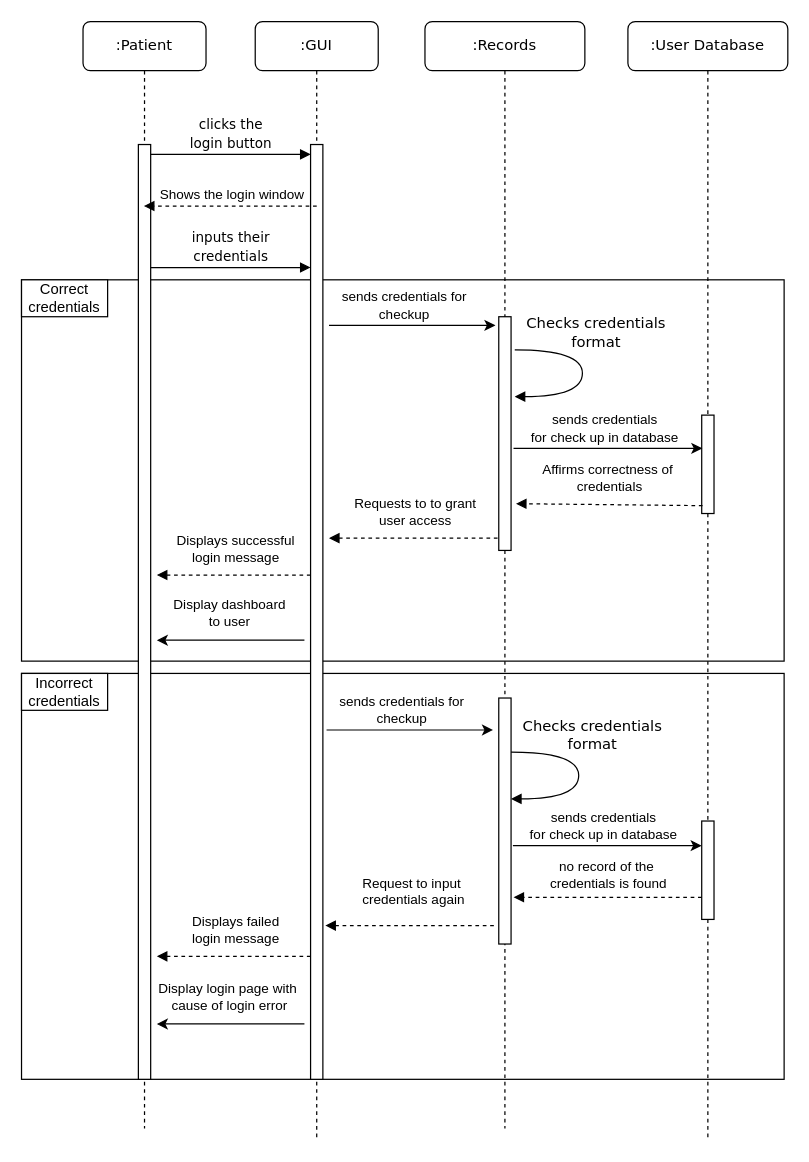
This is Project Milestone 2/Sequence_1.drawio from SENG-350-2024-fall/Team-6, a draw.io file, before an edit. Source tidied: cells renumbered, new cells numbered last; positions are measured from the earlier drawing's top-left corner, leaving out a move shared by most shapes. Both pictures are drawn from the tidied source at 123%, with x=0, y=0 at pixel (21, 21).
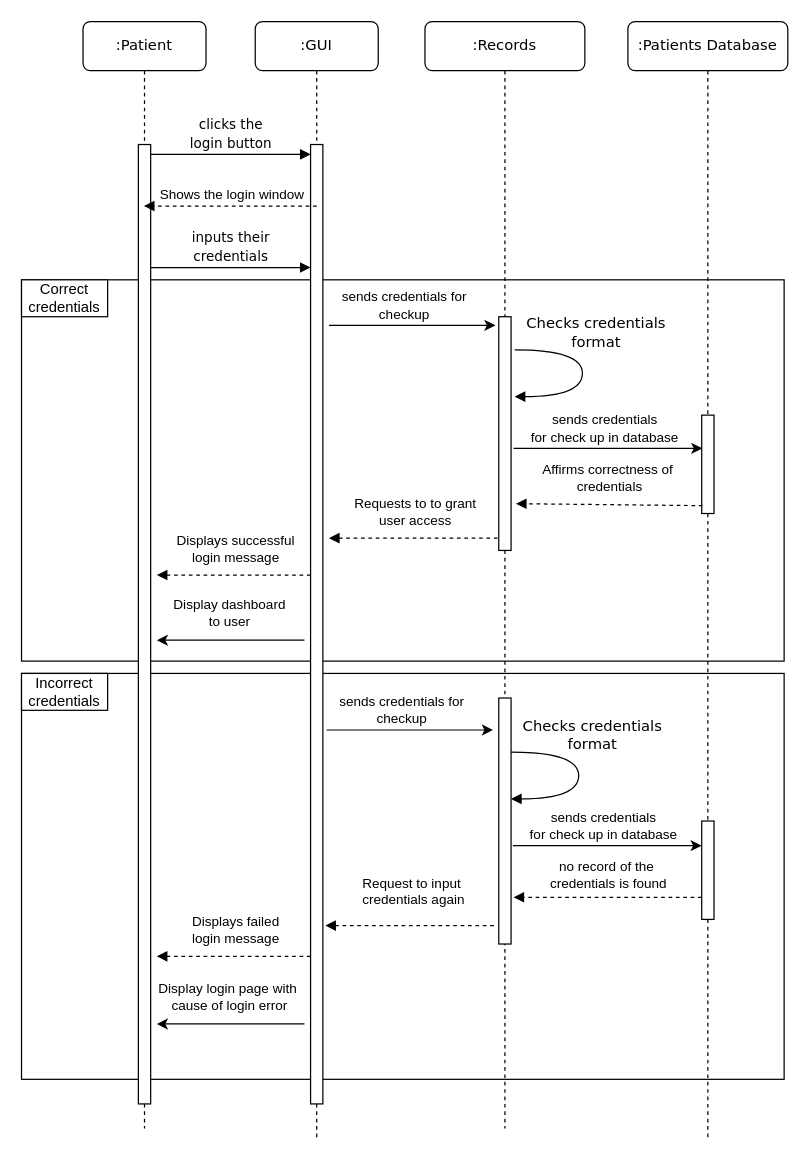
Above is the later version.

Unchanged cells that the change refers to:
```xml
<mxCell id="4" value=":GUI" style="shape=umlLifeline;perimeter=lifelinePerimeter;whiteSpace=wrap;html=1;rounded=1;shadow=0;comic=0;labelBackgroundColor=none;strokeWidth=1;fontFamily=Verdana;fontSize=12;align=center;" parent="1" vertex="1">
  <mxGeometry x="190" width="100" height="910" as="geometry" />
</mxCell>
<mxCell id="13" value=":Patient" style="shape=umlLifeline;perimeter=lifelinePerimeter;whiteSpace=wrap;html=1;outlineConnect=0;rounded=1;shadow=0;comic=0;labelBackgroundColor=none;strokeWidth=1;fontFamily=Verdana;fontSize=12;align=center;" parent="1" vertex="1">
  <mxGeometry x="50" width="100" height="900" as="geometry" />
</mxCell>
```

The edit, as a diff of the source:
```diff
@@
     <mxCell id="5" style="html=1;perimeter=orthogonalPerimeter;rounded=0;shadow=0;comic=0;labelBackgroundColor=none;strokeWidth=1;fontFamily=Verdana;fontSize=12;align=center;" parent="4" vertex="1">
-      <mxGeometry x="45" y="100" width="10" height="760" as="geometry" />
+      <mxGeometry x="45" y="100" width="10" height="780" as="geometry" />
     </mxCell>
@@
     <mxCell id="14" style="html=1;perimeter=orthogonalPerimeter;rounded=0;shadow=0;comic=0;labelBackgroundColor=none;strokeWidth=1;fontFamily=Verdana;fontSize=12;align=center;" parent="13" vertex="1">
-      <mxGeometry x="45" y="100" width="10" height="760" as="geometry" />
+      <mxGeometry x="45" y="100" width="10" height="780" as="geometry" />
     </mxCell>
@@
-    <mxCell id="18" value=":User Database" style="shape=umlLifeline;perimeter=lifelinePerimeter;whiteSpace=wrap;html=1;rounded=1;shadow=0;comic=0;labelBackgroundColor=none;strokeWidth=1;fontFamily=Verdana;fontSize=12;align=center;" parent="1" vertex="1">
+    <mxCell id="18" value=":Patients Database" style="shape=umlLifeline;perimeter=lifelinePerimeter;whiteSpace=wrap;html=1;rounded=1;shadow=0;comic=0;labelBackgroundColor=none;strokeWidth=1;fontFamily=Verdana;fontSize=12;align=center;" parent="1" vertex="1">
       <mxGeometry x="493" width="130" height="910" as="geometry" />
     </mxCell>
```
